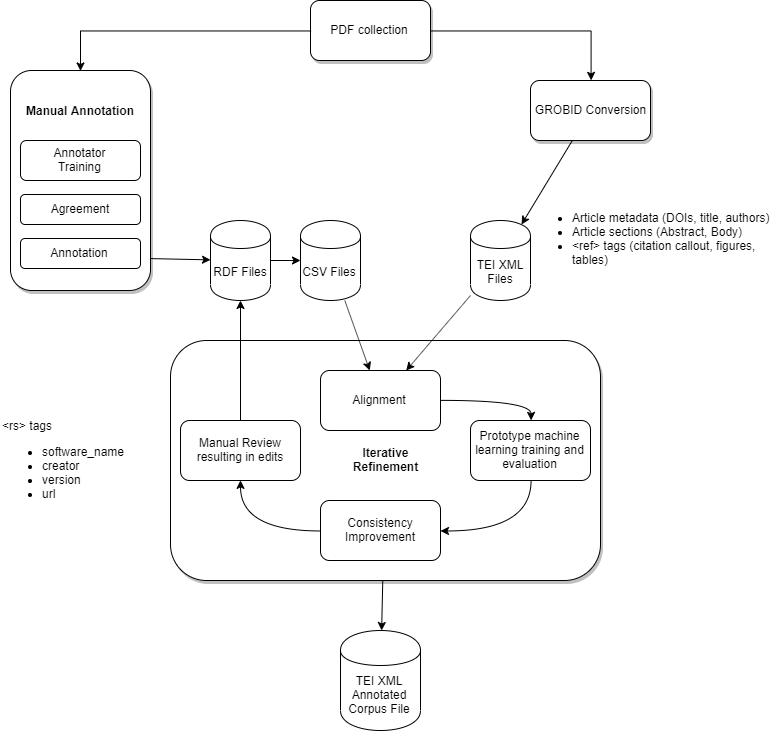
Before: SoftciteCreationDiagram.png, a diagram exported from draw.io (caifand/Softcite-Dataset-Description-Paper). Source tidied: cells renumbered, new cells last; positions are measured from the earlier drawing's top-left corner, leaving out a move shared by most shapes.
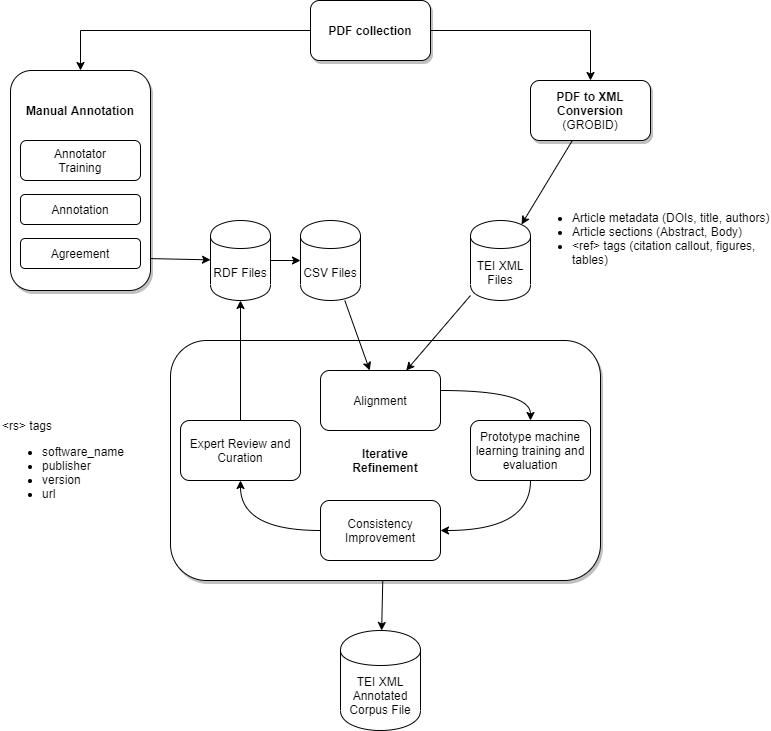
The same file after the commit.

What changed in the source:
```diff
@@ -11,17 +11,19 @@
     <mxCell id="4" style="edgeStyle=orthogonalEdgeStyle;rounded=0;jettySize=auto;html=1;exitX=1;exitY=0.5;exitDx=0;exitDy=0;entryX=0.5;entryY=0;entryDx=0;entryDy=0;" parent="1" edge="1" source="5" target="7">
       <mxGeometry relative="1" as="geometry" />
     </mxCell>
-    <mxCell id="5" value="PDF collection" style="rounded=1;whiteSpace=wrap;html=1;shadow=1;" parent="1" vertex="1">
+    <mxCell id="5" value="&lt;b&gt;PDF collection&lt;/b&gt;" style="rounded=1;whiteSpace=wrap;html=1;shadow=1;" parent="1" vertex="1">
       <mxGeometry x="310" width="120" height="60" as="geometry" />
     </mxCell>
     <mxCell id="6" style="rounded=1;whiteSpace=wrap;html=1;shadow=1;" parent="1" vertex="1">
       <mxGeometry x="10" y="70" width="140" height="220" as="geometry" />
     </mxCell>
-    <mxCell id="7" value="GROBID Conversion" style="rounded=1;whiteSpace=wrap;html=1;shadow=1;" parent="1" vertex="1">
+    <mxCell id="7" value="&lt;b&gt;PDF to XML Conversion&lt;/b&gt;&lt;br&gt;(GROBID)" style="rounded=1;whiteSpace=wrap;html=1;shadow=1;" parent="1" vertex="1">
       <mxGeometry x="530" y="80" width="120" height="60" as="geometry" />
     </mxCell>
-    <mxCell id="8" style="edgeStyle=orthogonalEdgeStyle;curved=1;rounded=0;jettySize=auto;html=1;entryX=0.5;entryY=0;entryDx=0;entryDy=0;" parent="1" edge="1" source="9" target="31">
-      <mxGeometry relative="1" as="geometry" />
+    <mxCell id="8" style="edgeStyle=orthogonalEdgeStyle;curved=1;rounded=0;jettySize=auto;html=1;entryX=0.5;entryY=0;entryDx=0;entryDy=0;" parent="1" edge="1" target="31">
+      <mxGeometry relative="1" as="geometry">
+        <mxPoint x="440" y="390" as="sourcePoint" />
+      </mxGeometry>
     </mxCell>
     <mxCell id="9" value="Alignment" style="rounded=1;whiteSpace=wrap;html=1;" parent="1" vertex="1">
       <mxGeometry x="320" y="370" width="120" height="60" as="geometry" />
@@ -36,10 +38,10 @@
       <mxGeometry x="20" y="140" width="120" height="40" as="geometry" />
     </mxCell>
     <mxCell id="13" value="Agreement" style="rounded=1;whiteSpace=wrap;html=1;" parent="1" vertex="1">
-      <mxGeometry x="20" y="194" width="120" height="30" as="geometry" />
+      <mxGeometry x="20" y="238" width="120" height="30" as="geometry" />
     </mxCell>
     <mxCell id="14" value="Annotation" style="rounded=1;whiteSpace=wrap;html=1;" parent="1" vertex="1">
-      <mxGeometry x="20" y="238" width="120" height="30" as="geometry" />
+      <mxGeometry x="20" y="194" width="120" height="30" as="geometry" />
     </mxCell>
     <mxCell id="15" value="RDF Files" style="shape=cylinder;whiteSpace=wrap;html=1;boundedLbl=1;backgroundOutline=1;" parent="1" vertex="1">
       <mxGeometry x="210" y="220" width="60" height="80" as="geometry" />
@@ -77,13 +79,13 @@
     <mxCell id="26" value="&lt;ul&gt;&lt;li&gt;Article metadata (DOIs, title, authors)&lt;/li&gt;&lt;li&gt;Article sections (Abstract, Body)&amp;nbsp;&lt;/li&gt;&lt;li&gt;&amp;lt;ref&amp;gt; tags (citation callout, figures, tables)&lt;/li&gt;&lt;/ul&gt;" style="text;html=1;strokeColor=none;fillColor=none;align=left;verticalAlign=middle;whiteSpace=wrap;rounded=0;" parent="1" vertex="1">
       <mxGeometry x="530" y="193" width="240" height="90" as="geometry" />
     </mxCell>
-    <mxCell id="27" value="&lt;span&gt;&amp;lt;rs&amp;gt; tags&lt;/span&gt;&lt;br&gt;&lt;ul&gt;&lt;li&gt;software_name&lt;/li&gt;&lt;li&gt;creator&lt;/li&gt;&lt;li&gt;version&lt;/li&gt;&lt;li&gt;url&lt;/li&gt;&lt;/ul&gt;" style="text;html=1;strokeColor=none;fillColor=none;align=left;verticalAlign=middle;whiteSpace=wrap;rounded=0;" parent="1" vertex="1">
+    <mxCell id="27" value="&lt;span&gt;&amp;lt;rs&amp;gt; tags&lt;/span&gt;&lt;br&gt;&lt;ul&gt;&lt;li&gt;software_name&lt;/li&gt;&lt;li&gt;publisher&lt;/li&gt;&lt;li&gt;version&lt;/li&gt;&lt;li&gt;url&lt;/li&gt;&lt;/ul&gt;" style="text;html=1;strokeColor=none;fillColor=none;align=left;verticalAlign=middle;whiteSpace=wrap;rounded=0;" parent="1" vertex="1">
       <mxGeometry y="420" width="160" height="90" as="geometry" />
     </mxCell>
     <mxCell id="28" style="edgeStyle=none;rounded=0;jettySize=auto;html=1;exitX=0.5;exitY=0;exitDx=0;exitDy=0;" parent="1" edge="1" source="29" target="15">
       <mxGeometry relative="1" as="geometry" />
     </mxCell>
-    <mxCell id="29" value="Manual Review&lt;br&gt;resulting in edits" style="rounded=1;whiteSpace=wrap;html=1;" parent="1" vertex="1">
+    <mxCell id="29" value="Expert Review and Curation" style="rounded=1;whiteSpace=wrap;html=1;" parent="1" vertex="1">
       <mxGeometry x="180" y="420" width="120" height="60" as="geometry" />
     </mxCell>
     <mxCell id="30" style="edgeStyle=orthogonalEdgeStyle;curved=1;rounded=0;jettySize=auto;html=1;entryX=1;entryY=0.5;entryDx=0;entryDy=0;exitX=0.5;exitY=1;exitDx=0;exitDy=0;" parent="1" edge="1" source="31" target="11">
```
